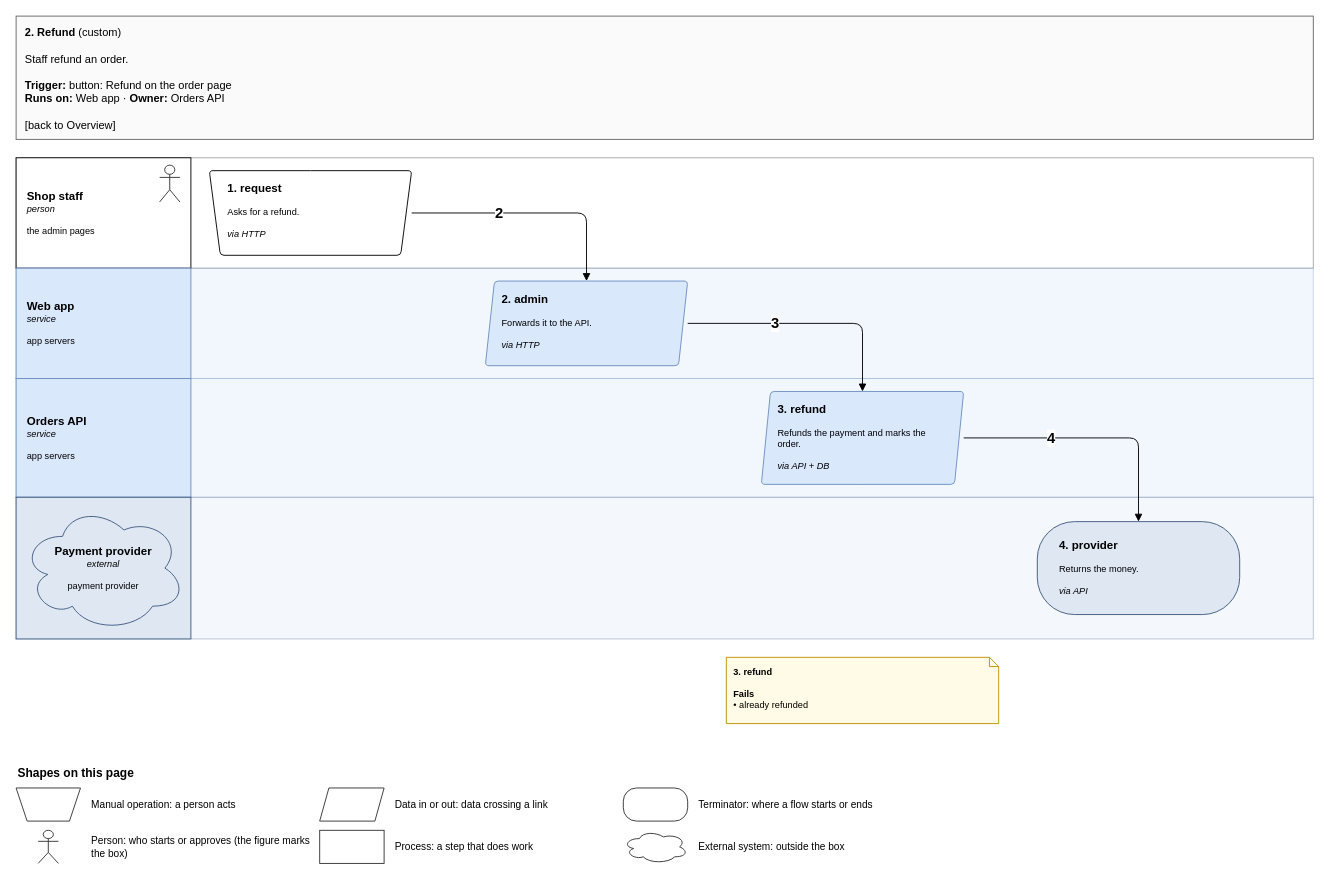
The draw.io diagram page "2. Refund" (4 of 7) of specialists/platform/skill-drawio/examples/shop/drawio/flows.drawio in amalikn/skills_stuff, before the edit. Source tidied: cells renumbered, new cells numbered last; positions are measured from the earlier drawing's top-left corner, leaving out a move shared by most shapes. Both pictures are drawn from the tidied source at 92%, with x=0, y=0 at pixel (16, 16).
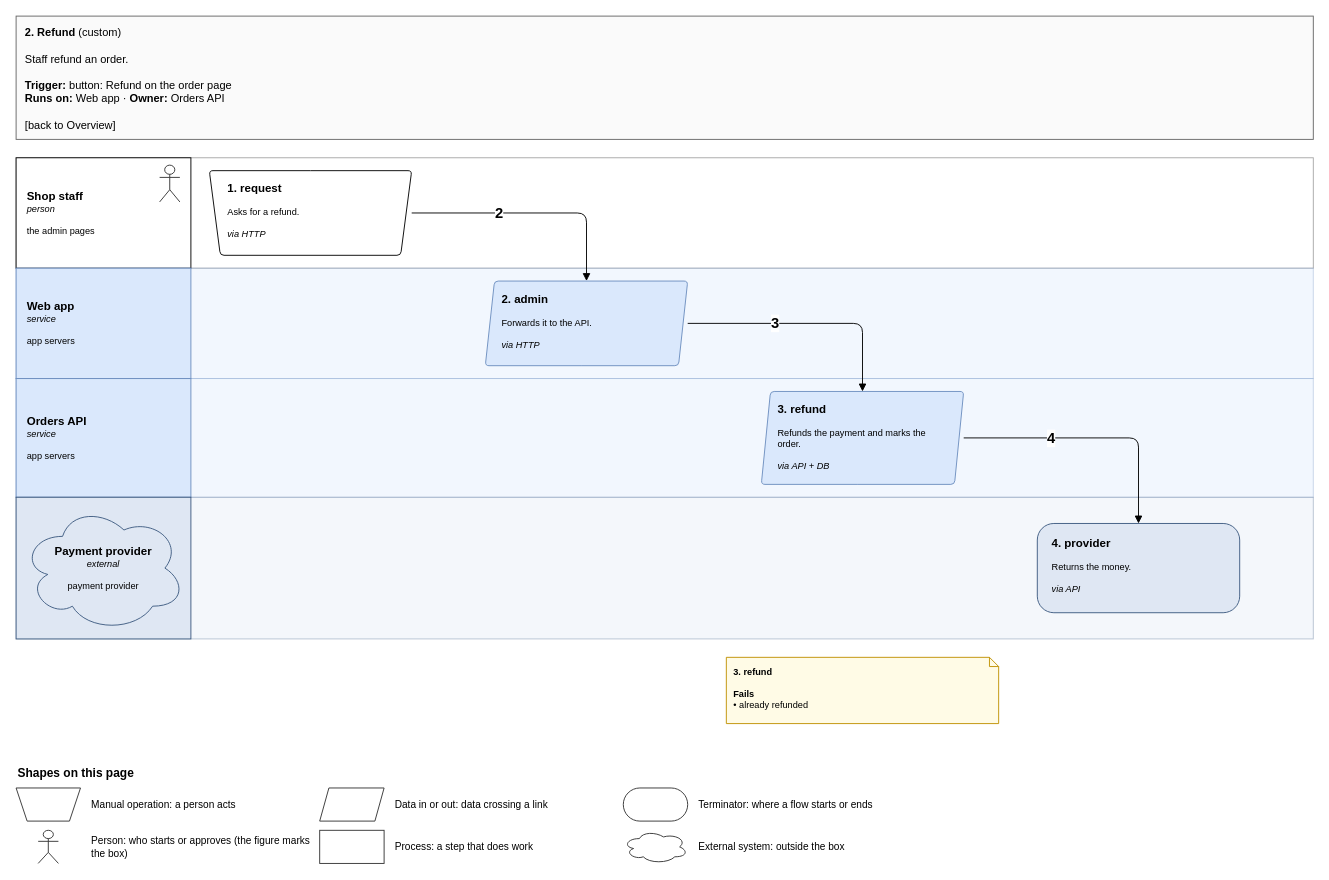
The same diagram, later.

What changed in the source:
```diff
@@
-    <mxCell id="17" value="&lt;span style=&quot;font-size:125%&quot;&gt;&lt;b&gt;4. provider&lt;/b&gt;&lt;/span&gt;&lt;br&gt; &lt;br&gt;Returns the money.&lt;br&gt; &lt;br&gt;&lt;i&gt;via API&lt;/i&gt;" style="rounded=1;whiteSpace=wrap;html=1;fillColor=#dfe7f3;strokeColor=#3d5a80;fontSize=11;arcSize=8;fontSize=10;align=left;verticalAlign=top;spacingLeft=8;spacingRight=6;spacingTop=6;rounded=1;arcSize=40;spacingLeft=22;spacingRight=18;spacingTop=12;" parent="1" vertex="1">
-      <mxGeometry x="1110" y="549.5" width="220" height="101" as="geometry" />
+    <mxCell id="17" value="&lt;span style=&quot;font-size:125%&quot;&gt;&lt;b&gt;4. provider&lt;/b&gt;&lt;/span&gt;&lt;br&gt; &lt;br&gt;Returns the money.&lt;br&gt; &lt;br&gt;&lt;i&gt;via API&lt;/i&gt;" style="rounded=1;whiteSpace=wrap;html=1;fillColor=#dfe7f3;strokeColor=#3d5a80;fontSize=11;arcSize=8;fontSize=10;align=left;verticalAlign=top;spacingLeft=8;spacingRight=6;spacingTop=6;rounded=1;absoluteArcSize=1;arcSize=36;spacingLeft=14;spacingRight=12;spacingTop=8;" parent="1" vertex="1">
+      <mxGeometry x="1110" y="551.5" width="220" height="97" as="geometry" />
     </mxCell>
@@
-    <mxCell id="23" style="whiteSpace=wrap;html=1;fillColor=#ffffff;strokeColor=#333333;rounded=1;arcSize=40;spacingLeft=22;spacingRight=18;spacingTop=12;" parent="1" vertex="1">
+    <mxCell id="23" style="whiteSpace=wrap;html=1;fillColor=#ffffff;strokeColor=#333333;rounded=1;absoluteArcSize=1;arcSize=36;spacingLeft=14;spacingRight=12;spacingTop=8;" parent="1" vertex="1">
       <mxGeometry x="660" y="839" width="70" height="36" as="geometry" />
     </mxCell>
```
